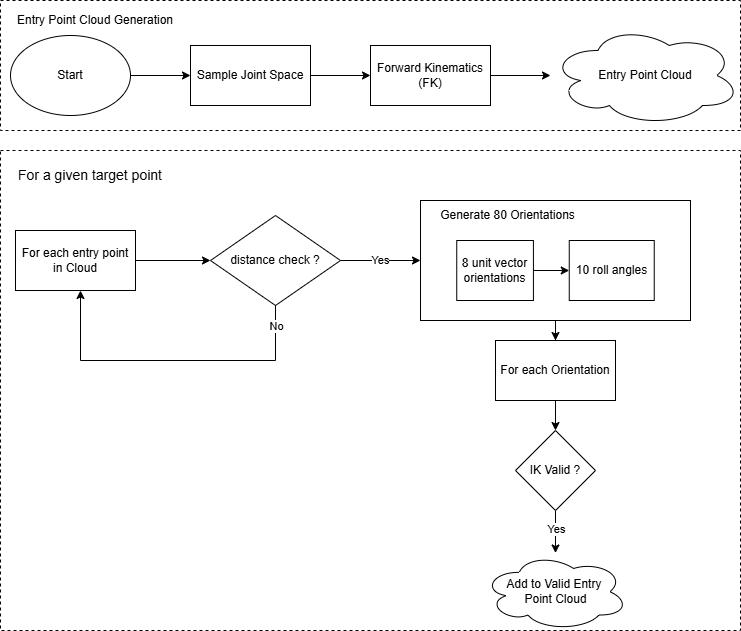
This is existing entry point planning.png from prabhunithingollapudi007/test-grafiti, a draw.io export, as it was before one commit. Source tidied: cells renumbered, new cells last; positions are measured from the earlier drawing's top-left corner, leaving out a move shared by most shapes.
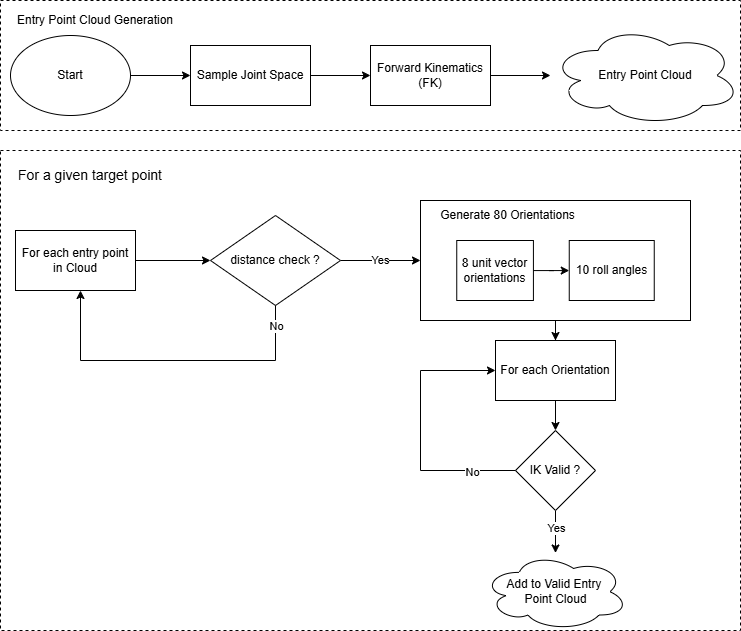
Above is the later version.

The edit, as a diff of the source:
```diff
@@ -109,5 +109,16 @@
         <mxPoint y="-1" as="offset" />
       </mxGeometry>
     </mxCell>
+    <mxCell id="35" style="endArrow=classic;html=1;rounded=0;exitX=0;exitY=0.5;exitDx=0;exitDy=0;entryX=0;entryY=0.5;entryDx=0;entryDy=0;" parent="1" edge="1" source="20" target="9">
+      <mxGeometry relative="1" as="geometry">
+        <Array as="points">
+          <mxPoint x="420" y="470" />
+          <mxPoint x="420" y="370" />
+        </Array>
+      </mxGeometry>
+    </mxCell>
+    <mxCell id="36" value="No" style="edgeLabel;html=1;align=center;verticalAlign=middle;" parent="35" vertex="1">
+      <mxGeometry x="-0.67" y="1" relative="1" as="geometry" />
+    </mxCell>
   </root>
 </mxGraphModel>
```
